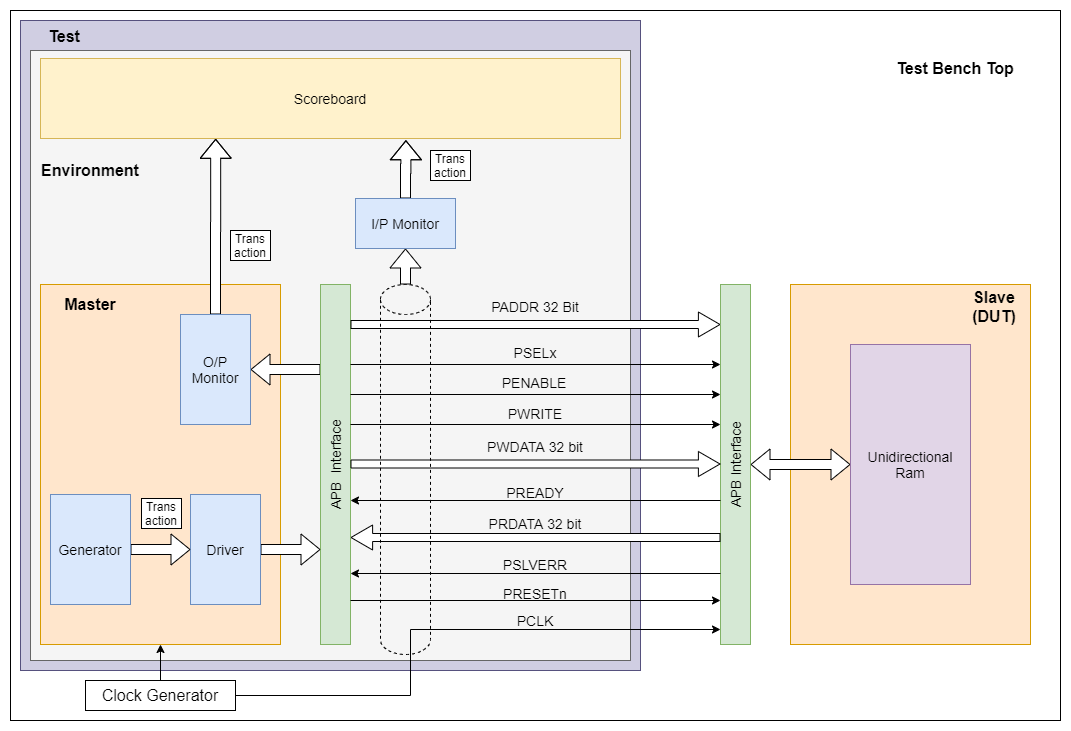
Earlier version of the draw.io export image/APB_TB_arch.png (kumarrishav14/AMBA_APB). Source tidied: cells renumbered, new cells last; positions are measured from the earlier drawing's top-left corner, leaving out a move shared by most shapes.
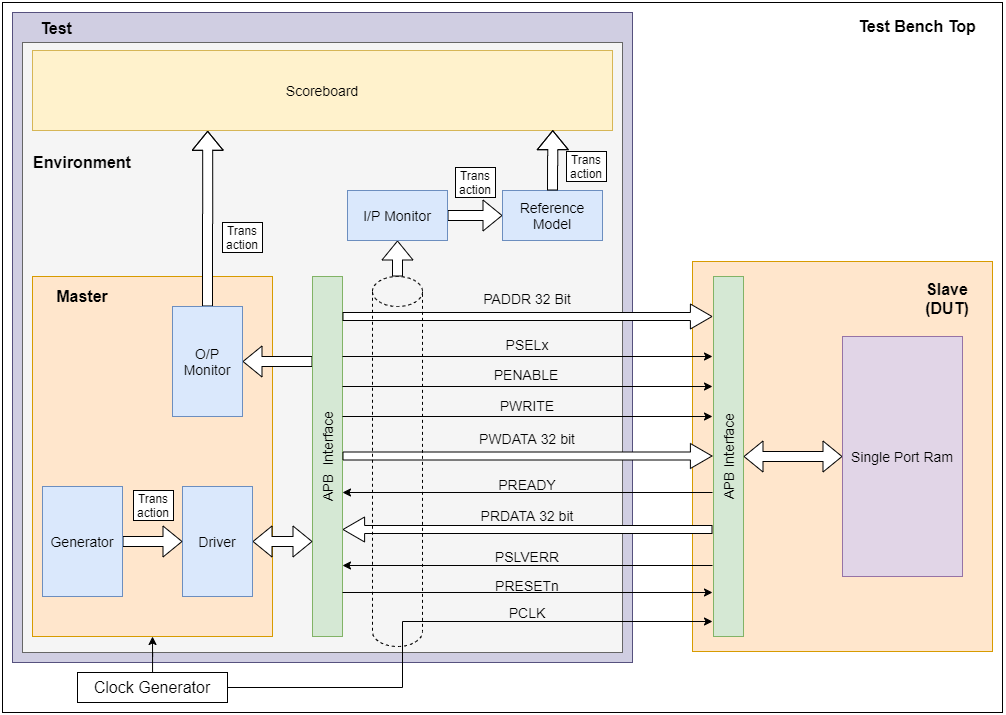
Above is the later version.

The edit, as a diff of the source:
```diff
@@ -3,7 +3,7 @@
     <mxCell id="0" />
     <mxCell id="1" parent="0" />
     <mxCell id="2" style="rounded=0;whiteSpace=wrap;html=1;" parent="1" vertex="1">
-      <mxGeometry width="1050" height="710" as="geometry" />
+      <mxGeometry width="1000" height="710" as="geometry" />
     </mxCell>
     <mxCell id="3" style="rounded=0;whiteSpace=wrap;html=1;fillColor=#d0cee2;strokeColor=#56517e;" parent="1" vertex="1">
       <mxGeometry x="10" y="10" width="620" height="650" as="geometry" />
@@ -15,7 +15,7 @@
       <mxGeometry x="30" y="274" width="240" height="360" as="geometry" />
     </mxCell>
     <mxCell id="6" style="rounded=0;whiteSpace=wrap;html=1;fillColor=#ffe6cc;strokeColor=#d79b00;" parent="1" vertex="1">
-      <mxGeometry x="780" y="274" width="240" height="360" as="geometry" />
+      <mxGeometry x="690" y="259" width="300" height="390" as="geometry" />
     </mxCell>
     <mxCell id="7" style="edgeStyle=orthogonalEdgeStyle;shape=flexArrow;rounded=0;jettySize=auto;html=1;fontSize=16;fontColor=#000000;fillColor=#ffffff;" parent="1" edge="1" target="20">
       <mxGeometry relative="1" as="geometry">
@@ -26,7 +26,7 @@
       <mxGeometry x="310" y="274" width="30" height="360" as="geometry" />
     </mxCell>
     <mxCell id="9" value="APB Interface" style="rounded=0;whiteSpace=wrap;html=1;horizontal=0;fontSize=14;fillColor=#d5e8d4;strokeColor=#82b366;" parent="1" vertex="1">
-      <mxGeometry x="710" y="274" width="30" height="360" as="geometry" />
+      <mxGeometry x="711" y="274" width="30" height="360" as="geometry" />
     </mxCell>
     <mxCell id="10" style="endArrow=classic;html=1;fontSize=14;fontColor=#000000;exitX=1;exitY=0.5;exitDx=0;exitDy=0;entryX=0;entryY=0.5;entryDx=0;entryDy=0;" parent="1" edge="1">
       <mxGeometry relative="1" as="geometry">
@@ -88,7 +88,7 @@
     <mxCell id="20" value="O/P Monitor" style="rounded=0;whiteSpace=wrap;html=1;fontSize=14;fillColor=#dae8fc;strokeColor=#6c8ebf;" parent="1" vertex="1">
       <mxGeometry x="170" y="304" width="70" height="110" as="geometry" />
     </mxCell>
-    <mxCell id="21" style="edgeStyle=orthogonalEdgeStyle;shape=flexArrow;rounded=0;jettySize=auto;html=1;exitX=1;exitY=0.5;exitDx=0;exitDy=0;fillColor=#ffffff;fontSize=16;fontColor=#000000;" parent="1" edge="1" source="22">
+    <mxCell id="21" style="edgeStyle=orthogonalEdgeStyle;shape=flexArrow;rounded=0;jettySize=auto;html=1;exitX=1;exitY=0.5;exitDx=0;exitDy=0;fillColor=#ffffff;fontSize=16;fontColor=#000000;startArrow=block;" parent="1" edge="1" source="22">
       <mxGeometry relative="1" as="geometry">
         <mxPoint x="310" y="539" as="targetPoint" />
       </mxGeometry>
@@ -114,7 +114,7 @@
       <mxGeometry x="50" y="284" width="60" height="20" as="geometry" />
     </mxCell>
     <mxCell id="28" value="Slave&lt;br&gt;(DUT)" style="text;html=1;strokeColor=none;fillColor=none;align=center;verticalAlign=middle;whiteSpace=wrap;rounded=0;fontSize=16;fontColor=#000000;fontStyle=1;spacingTop=0;" parent="1" vertex="1">
-      <mxGeometry x="954" y="278" width="60" height="36" as="geometry" />
+      <mxGeometry x="915" y="278" width="60" height="36" as="geometry" />
     </mxCell>
     <mxCell id="29" value="PADDR 32 Bit" style="text;html=1;strokeColor=none;fillColor=none;align=center;verticalAlign=middle;whiteSpace=wrap;rounded=0;fontSize=14;fontColor=#000000;" parent="1" vertex="1">
       <mxGeometry x="465" y="286" width="120" height="20" as="geometry" />
@@ -161,7 +161,7 @@
     <mxCell id="43" style="shape=cylinder3;whiteSpace=wrap;html=1;boundedLbl=1;backgroundOutline=1;size=15;fillColor=none;dashed=1;" parent="1" vertex="1">
       <mxGeometry x="370" y="274" width="50" height="370" as="geometry" />
     </mxCell>
-    <mxCell id="44" style="edgeStyle=orthogonalEdgeStyle;shape=flexArrow;rounded=0;jettySize=auto;html=1;exitX=0.5;exitY=0;exitDx=0;exitDy=0;entryX=0.63;entryY=1.022;entryDx=0;entryDy=0;entryPerimeter=0;fillColor=#ffffff;" parent="1" edge="1" source="45" target="25">
+    <mxCell id="44" style="edgeStyle=orthogonalEdgeStyle;shape=flexArrow;rounded=0;jettySize=auto;html=1;exitX=1;exitY=0.5;exitDx=0;exitDy=0;entryX=0;entryY=0.5;entryDx=0;entryDy=0;fillColor=#ffffff;" parent="1" edge="1" source="45" target="54">
       <mxGeometry relative="1" as="geometry" />
     </mxCell>
     <mxCell id="45" value="I/P Monitor" style="rounded=0;whiteSpace=wrap;html=1;fontSize=14;fillColor=#dae8fc;strokeColor=#6c8ebf;" parent="1" vertex="1">
@@ -179,7 +179,7 @@
     <mxCell id="47" style="edgeStyle=orthogonalEdgeStyle;rounded=0;jettySize=auto;html=1;startArrow=block;startFill=0;endArrow=block;endFill=0;fontSize=14;shape=flexArrow;fillColor=#ffffff;" parent="1" edge="1" source="48" target="9">
       <mxGeometry relative="1" as="geometry" />
     </mxCell>
-    <mxCell id="48" value="Unidirectional Ram" style="rounded=0;whiteSpace=wrap;html=1;fontSize=14;fillColor=#e1d5e7;strokeColor=#9673a6;" parent="1" vertex="1">
+    <mxCell id="48" value="Single Port Ram" style="rounded=0;whiteSpace=wrap;html=1;fontSize=14;fillColor=#e1d5e7;strokeColor=#9673a6;" parent="1" vertex="1">
       <mxGeometry x="840" y="334" width="120" height="240" as="geometry" />
     </mxCell>
     <mxCell id="49" value="&lt;font style=&quot;font-size: 12px;&quot;&gt;Trans&lt;br style=&quot;font-size: 12px;&quot;&gt;action&lt;/font&gt;" style="text;html=1;align=center;verticalAlign=middle;rounded=0;fontSize=12;whiteSpace=wrap;strokeColor=#000000;fillColor=#ffffff;" parent="1" vertex="1">
@@ -189,13 +189,22 @@
       <mxGeometry x="220" y="220" width="40" height="30" as="geometry" />
     </mxCell>
     <mxCell id="51" value="&lt;font style=&quot;font-size: 12px;&quot;&gt;Trans&lt;br style=&quot;font-size: 12px;&quot;&gt;action&lt;/font&gt;" style="text;html=1;align=center;verticalAlign=middle;rounded=0;fontSize=12;whiteSpace=wrap;strokeColor=#000000;fillColor=#ffffff;" parent="1" vertex="1">
-      <mxGeometry x="420" y="140" width="40" height="30" as="geometry" />
+      <mxGeometry x="453" y="165" width="40" height="30" as="geometry" />
     </mxCell>
     <mxCell id="52" value="Test Bench Top" style="text;html=1;strokeColor=none;fillColor=none;align=center;verticalAlign=middle;whiteSpace=wrap;rounded=0;fontSize=16;fontColor=#000000;fontStyle=1;" parent="1" vertex="1">
-      <mxGeometry x="870" y="48" width="150" height="20" as="geometry" />
+      <mxGeometry x="840" y="14" width="150" height="20" as="geometry" />
     </mxCell>
     <mxCell id="53" value="Test" style="text;html=1;strokeColor=none;fillColor=none;align=center;verticalAlign=middle;whiteSpace=wrap;rounded=0;fontSize=16;fontColor=#000000;fontStyle=1;" parent="1" vertex="1">
       <mxGeometry x="30" y="14" width="48" height="24" as="geometry" />
     </mxCell>
+    <mxCell id="54" value="Reference Model" style="rounded=0;whiteSpace=wrap;html=1;fontSize=14;fillColor=#dae8fc;strokeColor=#6c8ebf;" parent="1" vertex="1">
+      <mxGeometry x="500" y="188" width="100" height="50" as="geometry" />
+    </mxCell>
+    <mxCell id="55" style="edgeStyle=orthogonalEdgeStyle;shape=flexArrow;rounded=0;jettySize=auto;html=1;exitX=0.5;exitY=0;exitDx=0;exitDy=0;entryX=0.897;entryY=0.996;entryDx=0;entryDy=0;fillColor=#ffffff;entryPerimeter=0;" parent="1" edge="1" source="54" target="25">
+      <mxGeometry relative="1" as="geometry" />
+    </mxCell>
+    <mxCell id="56" value="&lt;font style=&quot;font-size: 12px;&quot;&gt;Trans&lt;br style=&quot;font-size: 12px;&quot;&gt;action&lt;/font&gt;" style="text;html=1;align=center;verticalAlign=middle;rounded=0;fontSize=12;whiteSpace=wrap;strokeColor=#000000;fillColor=#ffffff;" parent="1" vertex="1">
+      <mxGeometry x="564" y="149" width="40" height="30" as="geometry" />
+    </mxCell>
   </root>
 </mxGraphModel>
```
